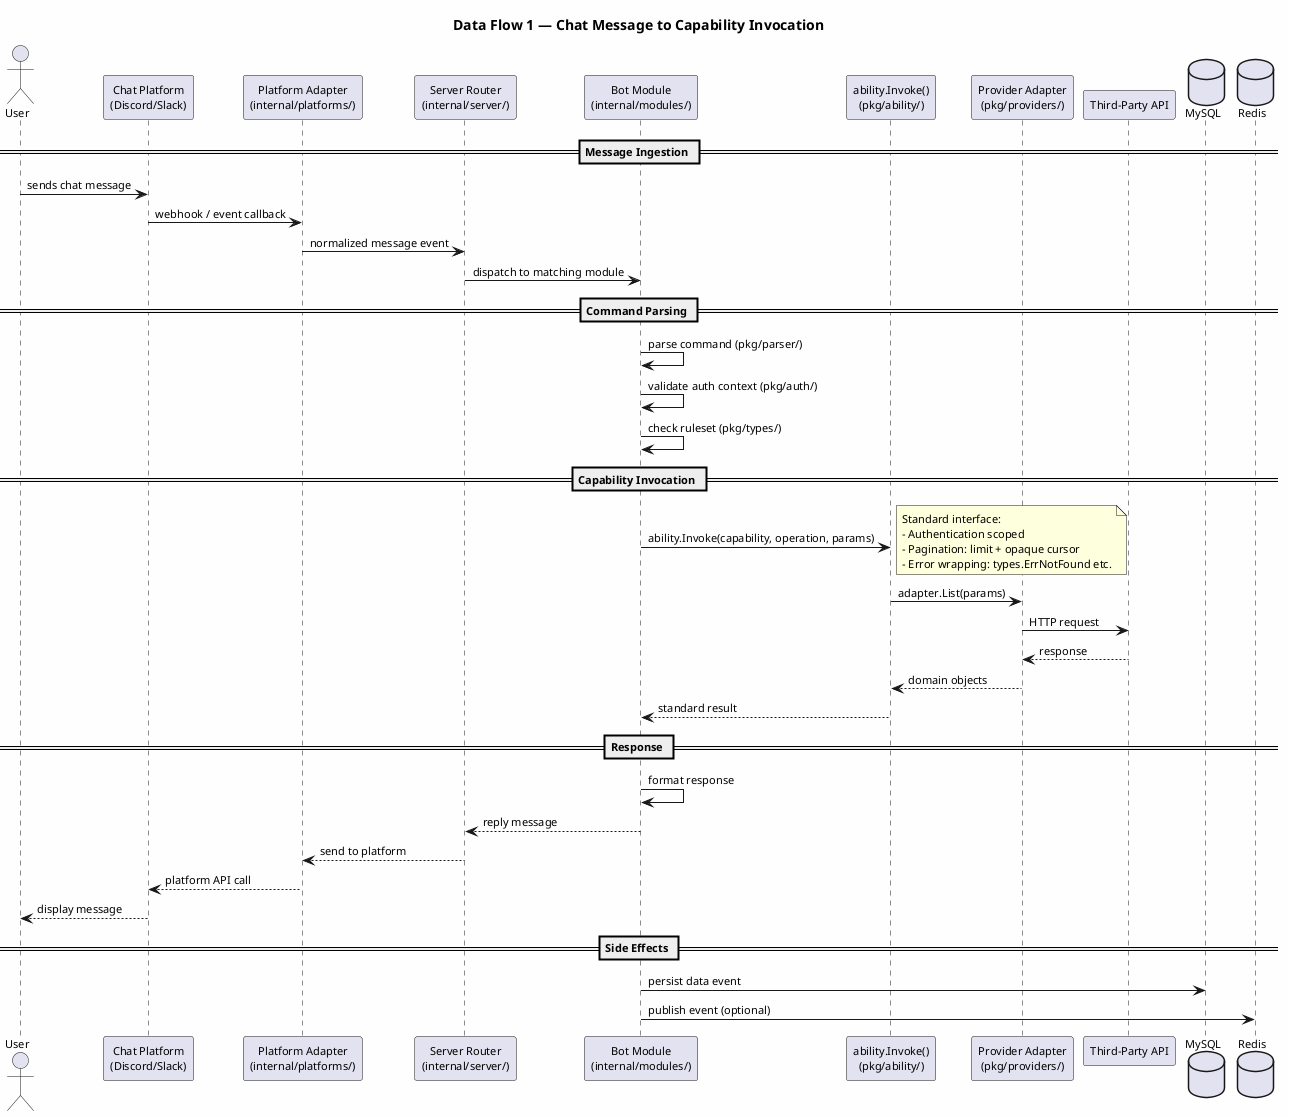
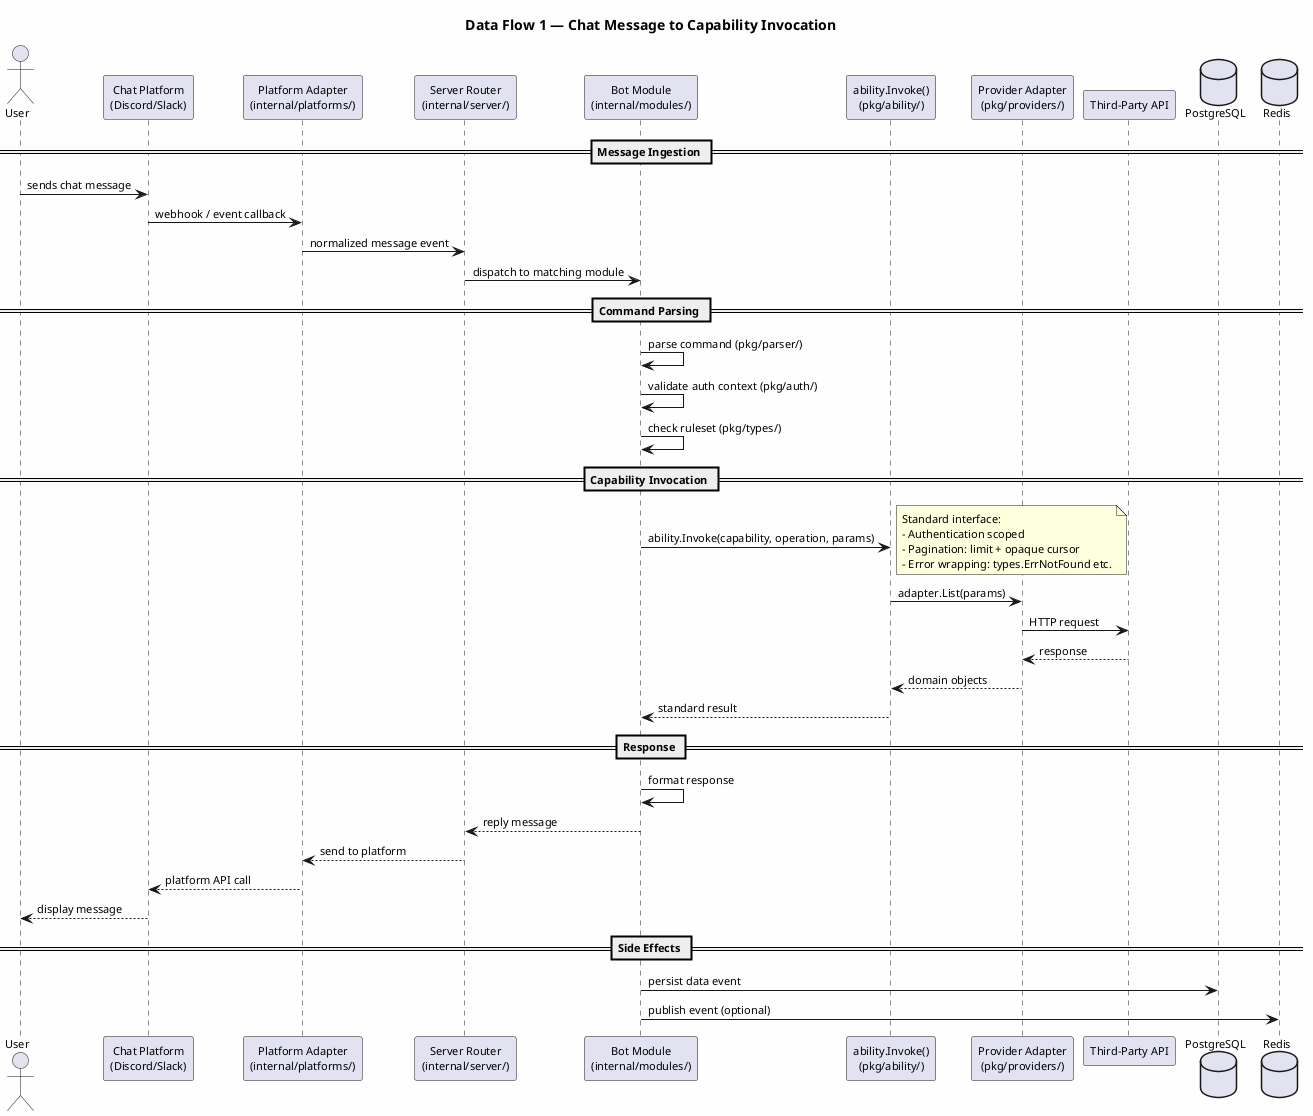
@startuml Data Flow — Chat Message to Capability
' =============================================================================
' Flow 1: Chat Message → Bot Module → Ability → Provider
' =============================================================================

skinparam backgroundColor #FEFEFE
skinparam defaultFontSize 11

title Data Flow 1 — Chat Message to Capability Invocation

actor User
participant "Chat Platform\n(Discord/Slack)" as Platform
participant "Platform Adapter\n(internal/platforms/)" as Adapter
participant "Server Router\n(internal/server/)" as Router
participant "Bot Module\n(internal/modules/)" as Module
participant "ability.Invoke()\n(pkg/ability/)" as Ability
participant "Provider Adapter\n(pkg/providers/)" as Provider
participant "Third-Party API" as API
- database MySQL
+ database PostgreSQL
database Redis

== Message Ingestion ==
User -> Platform : sends chat message
Platform -> Adapter : webhook / event callback
Adapter -> Router : normalized message event
Router -> Module : dispatch to matching module

== Command Parsing ==
Module -> Module : parse command (pkg/parser/)
Module -> Module : validate auth context (pkg/auth/)
Module -> Module : check ruleset (pkg/types/)

== Capability Invocation ==
Module -> Ability : ability.Invoke(capability, operation, params)
note right
  Standard interface:
  - Authentication scoped
  - Pagination: limit + opaque cursor
  - Error wrapping: types.ErrNotFound etc.
end note

Ability -> Provider : adapter.List(params)
Provider -> API : HTTP request
API --> Provider : response
Provider --> Ability : domain objects
Ability --> Module : standard result

== Response ==
Module -> Module : format response
Module --> Router : reply message
Router --> Adapter : send to platform
Adapter --> Platform : platform API call
Platform --> User : display message

== Side Effects ==
- Module -> MySQL : persist data event
+ Module -> PostgreSQL : persist data event
Module -> Redis : publish event (optional)

@enduml



@startuml Data Flow — Workflow Execution
' =============================================================================
' Flow 2: Workflow Trigger → Execution → Pipeline
' =============================================================================

skinparam backgroundColor #FEFEFE
skinparam defaultFontSize 11

title Data Flow 2 — Workflow Execution Pipeline

actor "Trigger Source\n(Webhook/Cron/Manual)" as Trigger
participant "Workflow Module\n(internal/modules/workflow/)" as WFModule
participant "Workflow Engine\n(pkg/workflow/)" as Engine
participant "Executor\n(pkg/executor/)" as Executor
participant "Pipeline Engine\n(pkg/pipeline/)" as Pipeline
- database MySQL
+ database PostgreSQL
database Redis

== Trigger ==
Trigger -> WFModule : trigger workflow
- WFModule -> MySQL : load workflow definition (DAG)
+ WFModule -> PostgreSQL : load workflow definition (DAG)
WFModule -> Engine : execute(workflow, params)

== DAG Execution ==
Engine -> Engine : resolve DAG dependencies
Engine -> Executor : run step (Docker container)

group Docker Step
  Executor -> Executor : pull image
  Executor -> Executor : run container
  Executor -> Executor : capture output
end group

Executor --> Engine : step result
- Engine -> MySQL : save step status
+ Engine -> PostgreSQL : save step status

== Pipeline Orchestration ==
Engine -> Pipeline : run post-execution pipeline
Pipeline -> Pipeline : evaluate conditions
Pipeline -> Pipeline : invoke module actions
- Pipeline -> MySQL : save pipeline run history
- 
- Engine -> MySQL : update workflow state
+ Pipeline -> PostgreSQL : save pipeline run history
+ 
+ Engine -> PostgreSQL : update workflow state
Engine -> Redis : publish completion event

== Notification ==
Engine -> WFModule : workflow result
WFModule -> Engine : send notification (pkg/notify/)

@enduml



@startuml Data Flow — Durable Event System
' =============================================================================
- ' Flow 3: DataEvent → MySQL → Redis Stream → Pipeline
+ ' Flow 3: DataEvent → PostgreSQL → Redis Stream → Pipeline
' =============================================================================

skinparam backgroundColor #FEFEFE
skinparam defaultFontSize 11

title Data Flow 3 — Durable Event System

participant "Data Source\n(Bot Module / Webhook)" as Source
participant "Event Store\n(internal/store/)" as EventStore
- database "MySQL\ndata_events table" as MySQL
+ database "PostgreSQL\ndata_events table" as PostgreSQL
participant "Event Outbox\n(Redis Stream)" as Outbox
participant "Pipeline Engine\n(pkg/pipeline/)" as Pipeline
participant "Action Handlers" as Actions

== Event Creation ==
Source -> EventStore : create DataEvent
- EventStore -> MySQL : INSERT INTO data_events
+ EventStore -> PostgreSQL : INSERT INTO data_events
note right: Durable persistence first

- MySQL --> EventStore : event persisted
+ PostgreSQL --> EventStore : event persisted

== Event Publication ==
EventStore -> Outbox : XADD to Redis Stream
note right: At-least-once delivery

== Event Consumption ==
Outbox -> Pipeline : XREADGROUP (consumer group)
Pipeline -> Pipeline : match pipeline rules
Pipeline -> Pipeline : check idempotency (event ID)

== Pipeline Execution ==
- Pipeline -> MySQL : INSERT INTO pipeline_runs
+ Pipeline -> PostgreSQL : INSERT INTO pipeline_runs
Pipeline -> Actions : invoke action 1
Actions --> Pipeline : result
- Pipeline -> MySQL : UPDATE step status
+ Pipeline -> PostgreSQL : UPDATE step status

Pipeline -> Actions : invoke action 2
Actions --> Pipeline : result
- Pipeline -> MySQL : UPDATE step status
- 
- Pipeline -> MySQL : UPDATE pipeline_run (complete)
+ Pipeline -> PostgreSQL : UPDATE step status
+ 
+ Pipeline -> PostgreSQL : UPDATE pipeline_run (complete)
Pipeline -> Outbox : XACK (acknowledge)

== Audit ==
- Pipeline -> MySQL : INSERT audit log
+ Pipeline -> PostgreSQL : INSERT audit log
note right
  Every event and pipeline run
  is fully audited
end note

@enduml



@startuml Data Flow — Hub & Homelab Management
' =============================================================================
' Flow 4: Homelab Scan → App Registry → Hub → Capability Binding
' =============================================================================

skinparam backgroundColor #FEFEFE
skinparam defaultFontSize 11

title Data Flow 4 — Hub & Homelab App Management

participant "Homelab Scanner\n(pkg/homelab/)" as Scanner
participant "App Registry\n(/home/user/homelab/apps/)" as Registry
participant "Hub Manager\n(pkg/hub/)" as Hub
participant "Capability Registry\n(pkg/ability/)" as CapRegistry
- database MySQL
+ database PostgreSQL

== Startup Scan ==
Scanner -> Registry : scan apps/*/docker-compose.yaml
note right: Discover all deployed apps

Registry --> Scanner : app definitions (name, image, ports)

== App Registration ==
Scanner -> Hub : register app
- Hub -> MySQL : save app binding
+ Hub -> PostgreSQL : save app binding

== Health Monitoring ==
Hub -> Scanner : check health
Scanner -> Registry : docker ps / health endpoint
Registry --> Scanner : status
Scanner --> Hub : health report

== Capability Binding ==
Hub -> CapRegistry : bind app to capability
note right
  Example:
  archivebox → archive capability
  karakeep → bookmark capability
  miniflux → reader capability
end note

CapRegistry -> CapRegistry : register ability descriptor
- Hub -> MySQL : save capability binding
+ Hub -> PostgreSQL : save capability binding

== Lifecycle Operations ==
Hub -> Registry : restart / stop / start (opt-in)
Hub -> Scanner : update runtime state

== Audit ==
- Hub -> MySQL : INSERT audit_log
+ Hub -> PostgreSQL : INSERT audit_log
note right: All lifecycle operations are audited

@enduml



@startuml Data Flow — Notification Dispatch
' =============================================================================
' Flow 5: Multi-Channel Notification Dispatch
' =============================================================================

skinparam backgroundColor #FEFEFE
skinparam defaultFontSize 11

title Data Flow 5 — Multi-Channel Notification Dispatch

participant "Bot Module / Pipeline" as Source
participant "Notify Dispatcher\n(pkg/notify/)" as Dispatcher
participant "Slack Notifier" as SlackN
participant "Pushover Notifier" as PushoverN
participant "ntfy Notifier" as NtfyN
participant "Message Pusher" as MsgPusherN
participant "Slack API" as SlackAPI
participant "Pushover API" as PushoverAPI
participant "ntfy Server" as NtfyAPI
participant "Message Pusher API" as MsgPusherAPI

== Notification Request ==
Source -> Dispatcher : notify.Send(ctx, channels, message)
note right
  Channels: ["slack", "pushover", "ntfy", "message-pusher"]
end note

== Multi-Channel Dispatch ==
Dispatcher -> SlackN : send (if slack in channels)
Dispatcher -> PushoverN : send (if pushover in channels)
Dispatcher -> NtfyN : send (if ntfy in channels)
Dispatcher -> MsgPusherN : send (if message-pusher in channels)

SlackN -> SlackAPI : chat.postMessage
PushoverN -> PushoverAPI : push notification
NtfyN -> NtfyAPI : HTTP POST
MsgPusherN -> MsgPusherAPI : HTTP POST

SlackAPI --> SlackN : OK
PushoverAPI --> PushoverN : OK
NtfyAPI --> NtfyN : OK
MsgPusherAPI --> MsgPusherN : OK

SlackN --> Dispatcher : result
PushoverN --> Dispatcher : result
NtfyN --> Dispatcher : result
MsgPusherN --> Dispatcher : result

Dispatcher --> Source : aggregated result

@enduml
